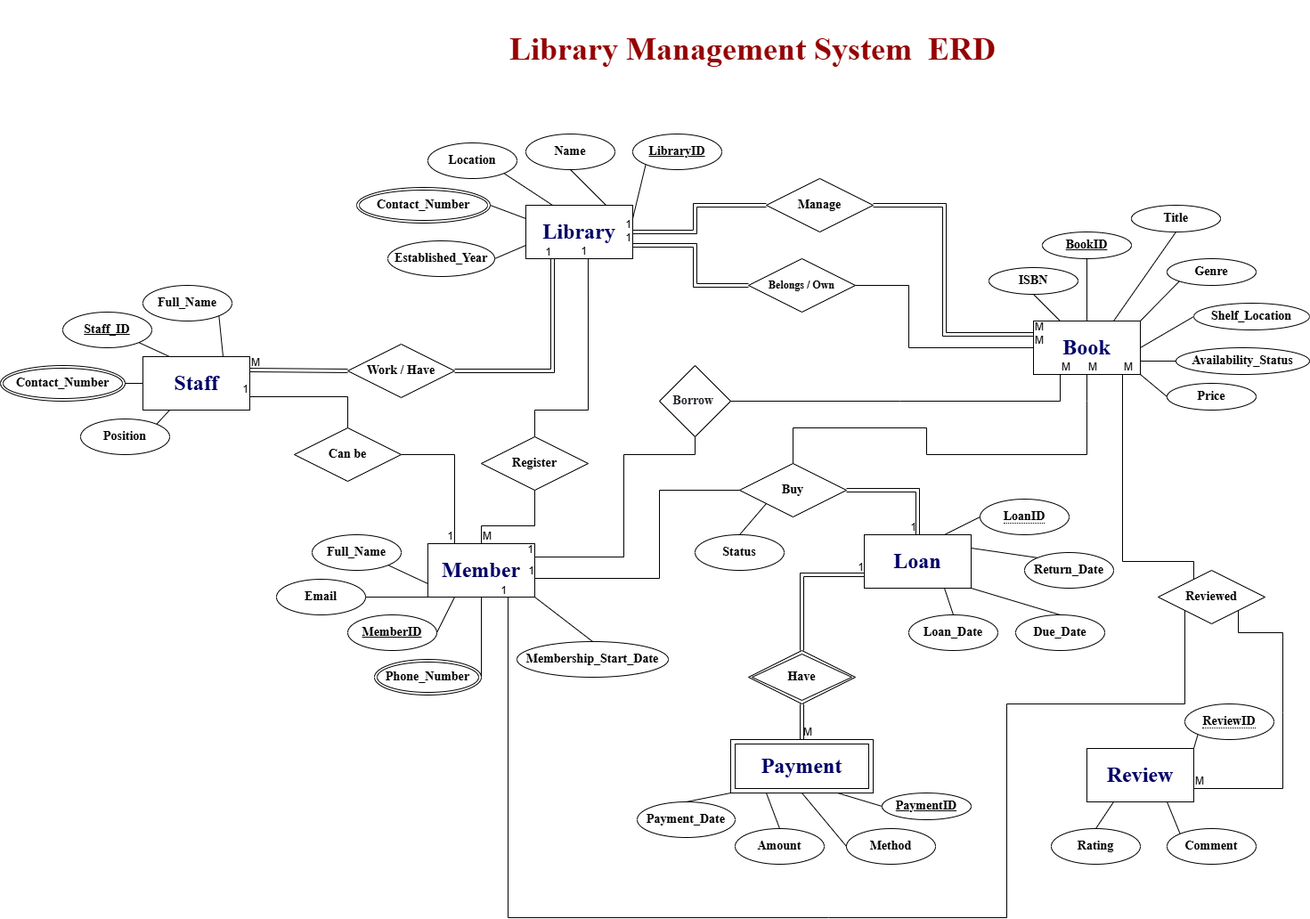
The draw.io diagram image/LibraryManagmenetSystemERD.png in rahmaAlmamari/LibraryManagementSystemDB-_ProjectPart1, before a commit. Source tidied: cells renumbered, new cells last; positions are measured from the earlier drawing's top-left corner, leaving out a move shared by most shapes.
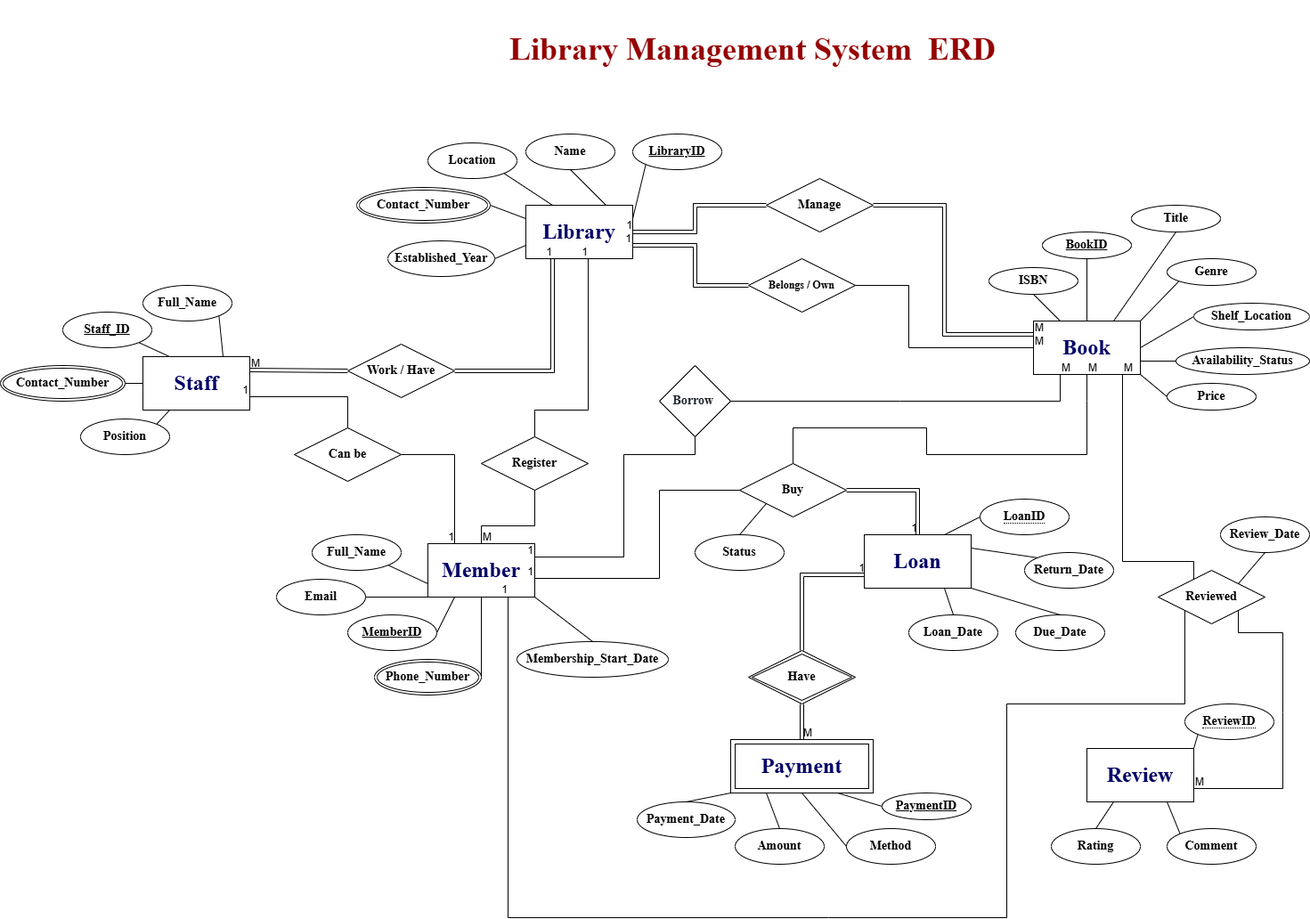
After the commit.

Commit message:
modefiy ERD to add Review_Date attribute in reviewed relationship

The edit, as a diff of the source:
```diff
@@ -496,5 +496,11 @@
     <mxCell id="133" style="endArrow=none;html=1;rounded=0;entryX=0;entryY=1;entryDx=0;entryDy=0;exitX=1;exitY=0;exitDx=0;exitDy=0;" parent="1" edge="1" source="5" target="132">
       <mxGeometry relative="1" as="geometry" />
     </mxCell>
+    <mxCell id="134" value="&lt;font style=&quot;font-size: 14px;&quot; face=&quot;Times New Roman&quot;&gt;&lt;b&gt;Review_Date&lt;/b&gt;&lt;/font&gt;" style="ellipse;whiteSpace=wrap;html=1;align=center;" parent="1" vertex="1">
+      <mxGeometry x="1370" y="580" width="100" height="40" as="geometry" />
+    </mxCell>
+    <mxCell id="135" style="endArrow=none;html=1;rounded=0;entryX=0.5;entryY=1;entryDx=0;entryDy=0;exitX=1;exitY=0;exitDx=0;exitDy=0;" parent="1" edge="1" source="104" target="134">
+      <mxGeometry relative="1" as="geometry" />
+    </mxCell>
   </root>
 </mxGraphModel>
```
